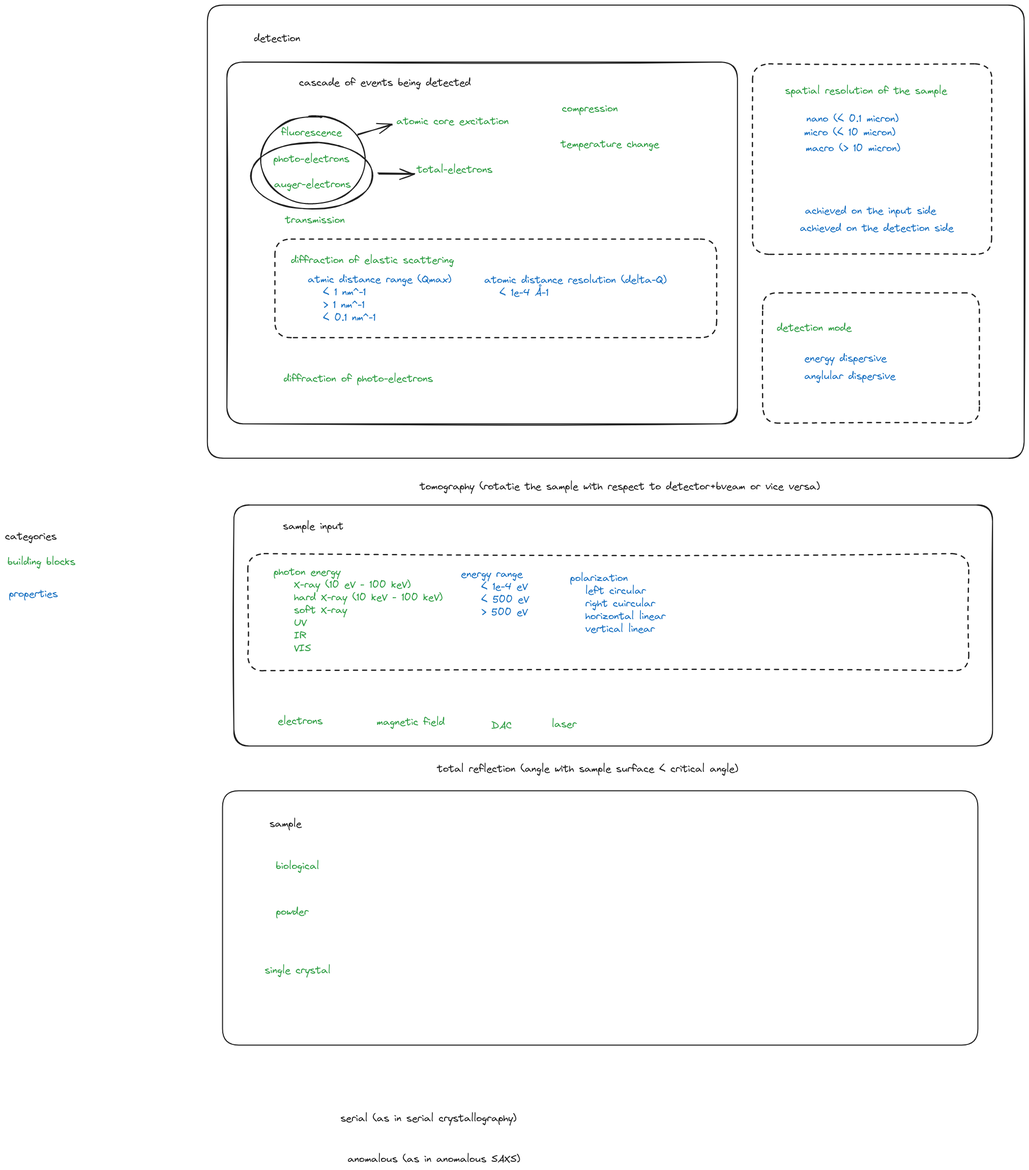
The Excalidraw diagram work_wdn.excalidraw.png in pan-ontologies/esrf-ontologies, before a commit. Source tidied: one line per element, renumbered; positions are measured from the earlier drawing's top-left corner, leaving out a move shared by most shapes.
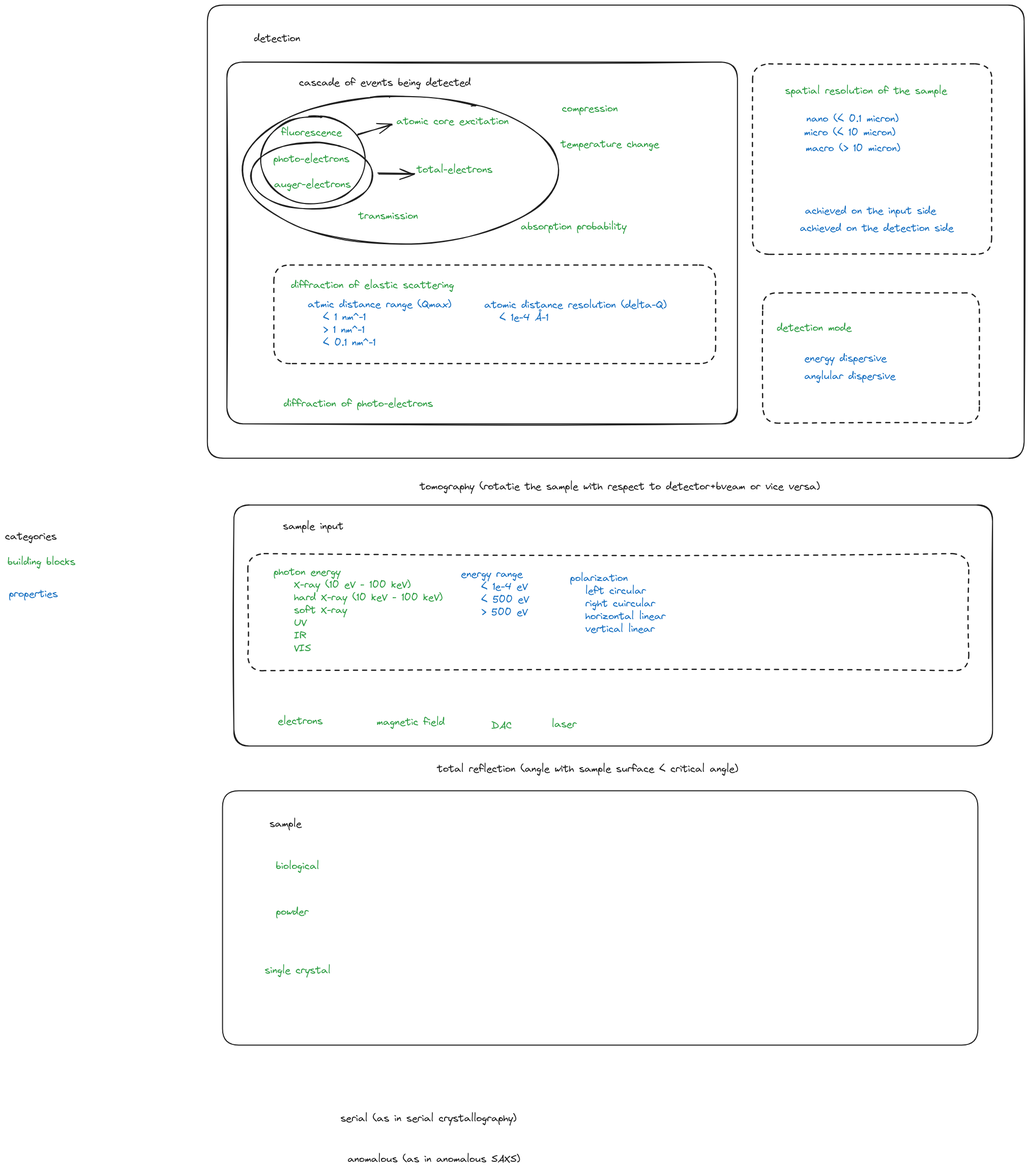
After the change.

Change to the diagram source:
```diff
@@ -1,10 +1,10 @@
 {"id": 0, "type": "text", "text": "cascade of events being detected", "strokeColor": "#1e1e1e", "strokeWidth": 2, "roughness": 1, "fontSize": 20, "fontFamily": 1, "x": 578, "y": 140, "width": 338, "height": 25}
 {"id": 1, "type": "text", "text": "fluorescence", "strokeColor": "#2f9e44", "strokeWidth": 2, "roughness": 1, "fontSize": 20, "fontFamily": 1, "x": 543, "y": 238, "width": 119, "height": 25}
-{"id": 2, "type": "text", "text": "transmission", "strokeColor": "#2f9e44", "strokeWidth": 2, "roughness": 1, "fontSize": 20, "fontFamily": 1, "x": 551, "y": 410, "width": 117, "height": 25}
+{"id": 2, "type": "text", "text": "transmission", "strokeColor": "#2f9e44", "strokeWidth": 2, "roughness": 1, "fontSize": 20, "fontFamily": 1, "x": 695, "y": 402, "width": 117, "height": 25}
 {"id": 3, "type": "text", "text": "photo-electrons", "strokeColor": "#2f9e44", "strokeWidth": 2, "roughness": 1, "fontSize": 20, "fontFamily": 1, "x": 527, "y": 290, "width": 150, "height": 25}
 {"id": 4, "type": "text", "text": "total-electrons", "strokeColor": "#2f9e44", "strokeWidth": 2, "roughness": 1, "fontSize": 20, "fontFamily": 1, "x": 809, "y": 311, "width": 149, "height": 25}
-{"id": 5, "type": "text", "text": "diffraction of elastic scattering", "strokeColor": "#2f9e44", "strokeWidth": 2, "roughness": 1, "fontSize": 20, "fontFamily": 1, "x": 562, "y": 489, "width": 320, "height": 25}
+{"id": 5, "type": "text", "text": "diffraction of elastic scattering", "strokeColor": "#2f9e44", "strokeWidth": 2, "roughness": 1, "fontSize": 20, "fontFamily": 1, "x": 562, "y": 538, "width": 320, "height": 25}
-{"id": 6, "type": "text", "text": "diffraction of photo-electrons", "strokeColor": "#2f9e44", "strokeWidth": 2, "roughness": 1, "fontSize": 20, "fontFamily": 1, "x": 548, "y": 722, "width": 294, "height": 25}
+{"id": 6, "type": "text", "text": "diffraction of photo-electrons", "strokeColor": "#2f9e44", "strokeWidth": 2, "roughness": 1, "fontSize": 20, "fontFamily": 1, "x": 548, "y": 771, "width": 294, "height": 25}
 {"id": 7, "type": "text", "text": "auger-electrons", "strokeColor": "#2f9e44", "strokeWidth": 2, "roughness": 1, "fontSize": 20, "fontFamily": 1, "x": 529, "y": 340, "width": 151, "height": 25}
 {"id": 8, "type": "text", "text": "atomic core excitation", "strokeColor": "#2f9e44", "strokeWidth": 2, "roughness": 1, "fontSize": 20, "fontFamily": 1, "x": 769, "y": 216, "width": 221, "height": 25}
 {"id": 9, "type": "ellipse", "strokeColor": "#1e1e1e", "strokeWidth": 2, "roughness": 1, "round": true, "x": 503, "y": 218, "width": 205, "height": 173}
@@ -32,14 +32,14 @@
 {"id": 31, "type": "text", "text": "achieved on the detection side", "strokeColor": "#1971c2", "strokeWidth": 2, "roughness": 1, "fontSize": 20, "fontFamily": 1, "x": 1563, "y": 426, "width": 302, "height": 25}
 {"id": 32, "type": "rectangle", "strokeColor": "#1e1e1e", "strokeWidth": 2, "roughness": 1, "round": true, "x": 398, "y": 0, "width": 1606, "height": 891}
 {"id": 33, "type": "text", "text": "detection", "strokeColor": "#1e1e1e", "strokeWidth": 2, "roughness": 1, "fontSize": 20, "fontFamily": 1, "x": 490, "y": 53, "width": 91, "height": 25}
-{"id": 34, "type": "text", "text": "atmic distance range (Qmax)\n   < 1 nm^-1\n   > 1 nm^-1\n   < 0.1 nm^-1", "strokeColor": "#1971c2", "strokeWidth": 2, "strokeStyle": "dotted", "roughness": 1, "fontSize": 20, "fontFamily": 1, "x": 595, "y": 527, "width": 282, "height": 100}
+{"id": 34, "type": "text", "text": "atmic distance range (Qmax)\n   < 1 nm^-1\n   > 1 nm^-1\n   < 0.1 nm^-1", "strokeColor": "#1971c2", "strokeWidth": 2, "strokeStyle": "dotted", "roughness": 1, "fontSize": 20, "fontFamily": 1, "x": 595, "y": 576, "width": 282, "height": 100}
-{"id": 35, "type": "rectangle", "strokeColor": "#1e1e1e", "strokeWidth": 2, "strokeStyle": "dashed", "roughness": 0, "round": true, "x": 530, "y": 460, "width": 868, "height": 194}
+{"id": 35, "type": "rectangle", "strokeColor": "#1e1e1e", "strokeWidth": 2, "strokeStyle": "dashed", "roughness": 0, "round": true, "x": 528, "y": 511, "width": 868, "height": 194}
 {"id": 36, "type": "rectangle", "strokeColor": "#1e1e1e", "strokeWidth": 2, "roughness": 0, "round": true, "x": 427, "y": 1545, "width": 1485, "height": 500}
 {"id": 37, "type": "text", "text": "sample", "strokeColor": "#1e1e1e", "strokeWidth": 2, "roughness": 0, "fontSize": 20, "fontFamily": 1, "x": 520, "y": 1597, "width": 63, "height": 25}
 {"id": 38, "type": "text", "text": "biological", "strokeColor": "#2f9e44", "strokeWidth": 2, "roughness": 0, "fontSize": 20, "fontFamily": 1, "x": 532, "y": 1680, "width": 85, "height": 25}
 {"id": 39, "type": "text", "text": "powder", "strokeColor": "#2f9e44", "strokeWidth": 2, "roughness": 0, "fontSize": 20, "fontFamily": 1, "x": 532, "y": 1770, "width": 64, "height": 25}
 {"id": 40, "type": "text", "text": "single crystal", "strokeColor": "#2f9e44", "strokeWidth": 2, "roughness": 0, "fontSize": 20, "fontFamily": 1, "x": 510, "y": 1885, "width": 130, "height": 25}
-{"id": 41, "type": "text", "text": "atomic distance resolution (delta-Q)\n   < 1e-4 Å-1", "strokeColor": "#1971c2", "strokeWidth": 2, "strokeStyle": "dotted", "roughness": 1, "fontSize": 20, "fontFamily": 1, "x": 942, "y": 528, "width": 358, "height": 50}
+{"id": 41, "type": "text", "text": "atomic distance resolution (delta-Q)\n   < 1e-4 Å-1", "strokeColor": "#1971c2", "strokeWidth": 2, "strokeStyle": "dotted", "roughness": 1, "fontSize": 20, "fontFamily": 1, "x": 942, "y": 577, "width": 358, "height": 50}
 {"id": 42, "type": "text", "text": "building blocks", "strokeColor": "#2f9e44", "strokeWidth": 2, "roughness": 0, "fontSize": 20, "fontFamily": 1, "x": 5, "y": 1082, "width": 133, "height": 25}
 {"id": 43, "type": "text", "text": "properties", "strokeColor": "#1971c2", "strokeWidth": 2, "roughness": 0, "fontSize": 20, "fontFamily": 1, "x": 8, "y": 1145, "width": 96, "height": 25}
 {"id": 44, "type": "text", "text": "categories", "strokeColor": "#1e1e1e", "strokeWidth": 2, "roughness": 0, "fontSize": 20, "fontFamily": 1, "x": 0, "y": 1032, "width": 101, "height": 25}
@@ -52,3 +52,5 @@
 {"id": 51, "type": "text", "text": "tomography (rotatie the sample with respect to detector+bveam or vice versa)", "strokeColor": "#1e1e1e", "strokeWidth": 2, "roughness": 1, "fontSize": 20, "fontFamily": 1, "x": 815, "y": 934, "width": 786, "height": 25}
 {"id": 52, "type": "text", "text": "serial (as in serial crystallography)", "strokeColor": "#1e1e1e", "strokeWidth": 2, "roughness": 1, "fontSize": 20, "fontFamily": 1, "x": 659, "y": 2176, "width": 346, "height": 25}
 {"id": 53, "type": "text", "text": "anomalous (as in anomalous SAXS)", "strokeColor": "#1e1e1e", "strokeWidth": 2, "roughness": 1, "fontSize": 20, "fontFamily": 1, "x": 673, "y": 2256, "width": 339, "height": 25}
+{"id": 54, "type": "ellipse", "strokeColor": "#1e1e1e", "strokeWidth": 2, "roughness": 1, "round": true, "x": 466, "y": 179, "width": 622, "height": 290}
+{"id": 55, "type": "text", "text": "absorption probability", "strokeColor": "#2f9e44", "strokeWidth": 2, "roughness": 1, "fontSize": 20, "fontFamily": 1, "x": 1014, "y": 423, "width": 208, "height": 25}
```
